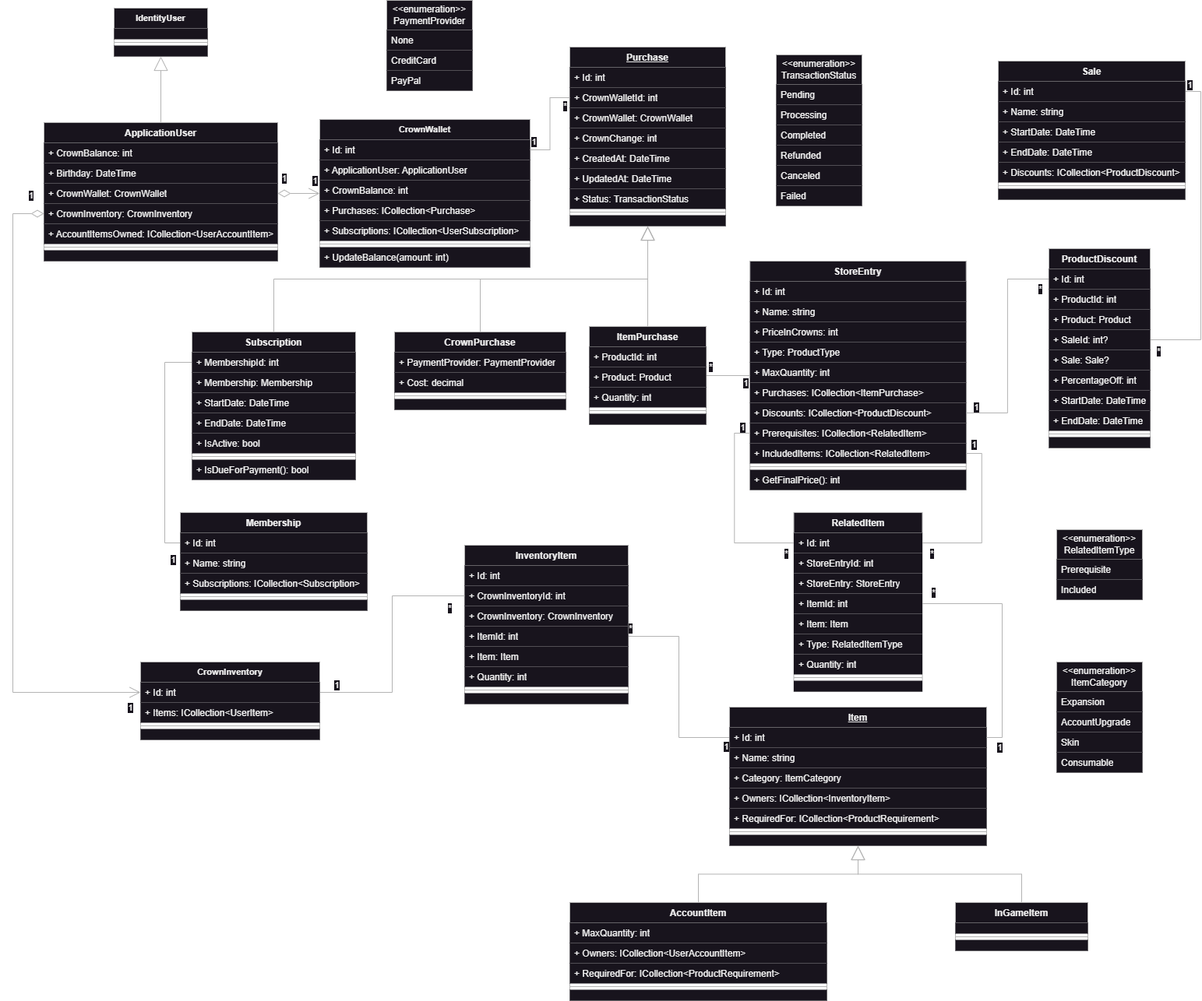
Earlier version of the draw.io export ClassDiagram.png (rpeixe/AspNetCore-MvcStore). Source tidied: cells renumbered, new cells last; positions are measured from the earlier drawing's top-left corner, leaving out a move shared by most shapes.
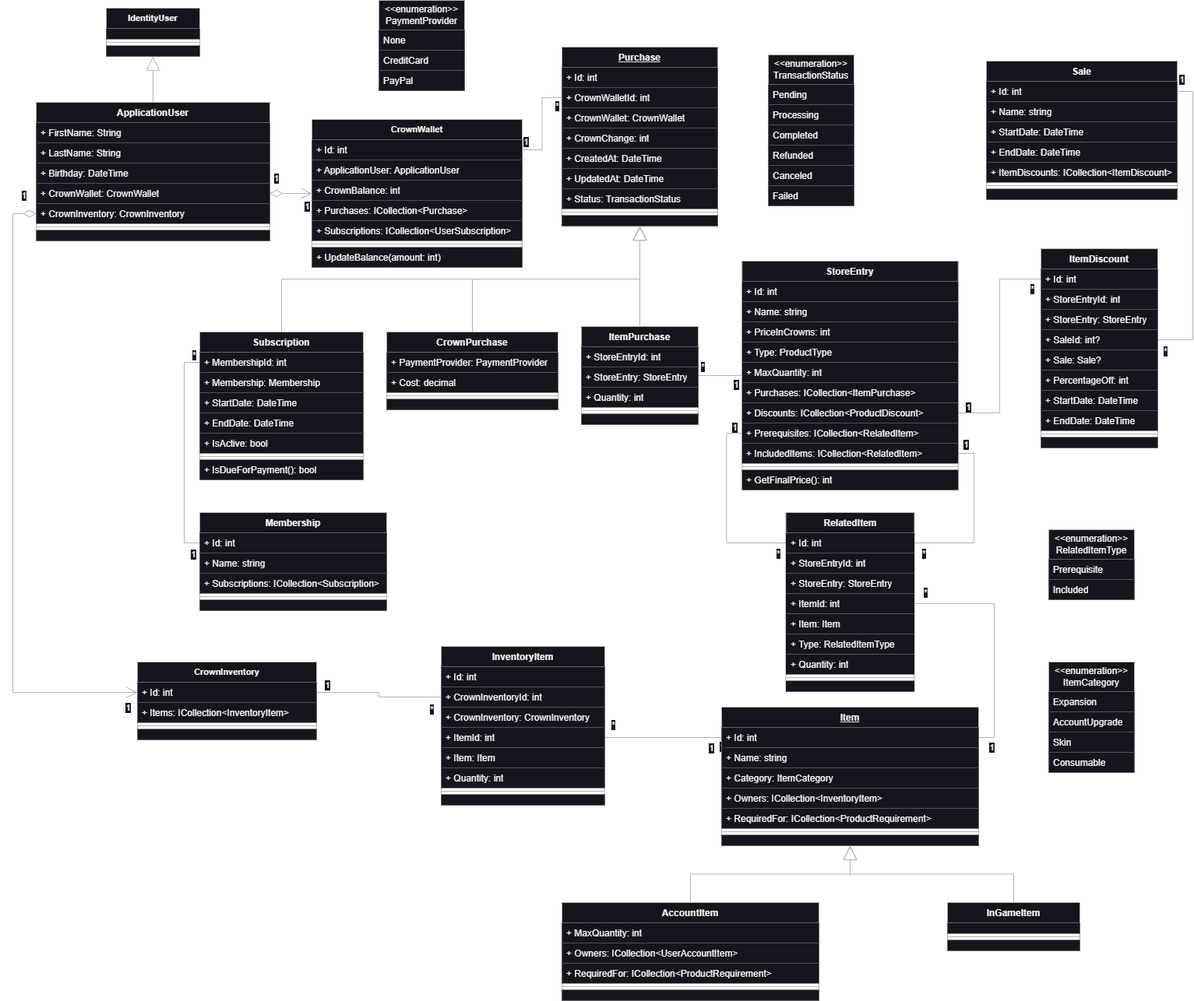
Above is the later version.

Commit message:
Fixed name incosistency

Diff of the diagram source:
```diff
@@ -5,19 +5,19 @@
     <mxCell id="2" value="ApplicationUser" style="swimlane;fontStyle=1;align=center;verticalAlign=top;horizontal=1;startSize=26;whiteSpace=wrap;html=1;fillColor=default;strokeColor=#B3B3B3;" parent="1" vertex="1">
-      <mxGeometry x="40" y="157" width="300" height="178" as="geometry" />
+      <mxGeometry x="40" y="131" width="300" height="178" as="geometry" />
     </mxCell>
-    <mxCell id="3" value="+ CrownBalance: int" style="text;strokeColor=none;fillColor=default;align=left;verticalAlign=top;spacingLeft=4;spacingRight=4;overflow=hidden;whiteSpace=wrap;html=1;" parent="2" vertex="1">
-      <mxGeometry y="26" width="300" height="26" as="geometry" />
-    </mxCell>
+    <mxCell id="190" value="+ FirstName: String" style="text;strokeColor=none;fillColor=default;align=left;verticalAlign=top;spacingLeft=4;spacingRight=4;overflow=hidden;whiteSpace=wrap;html=1;" parent="2" vertex="1">
+      <mxGeometry y="26" width="300" height="26" as="geometry" />
+    </mxCell>
+    <mxCell id="191" value="+ LastName: String" style="text;strokeColor=none;fillColor=default;align=left;verticalAlign=top;spacingLeft=4;spacingRight=4;overflow=hidden;whiteSpace=wrap;html=1;" parent="2" vertex="1">
+      <mxGeometry y="52" width="300" height="26" as="geometry" />
+    </mxCell>
     <mxCell id="4" value="+ Birthday: DateTime" style="text;strokeColor=none;fillColor=default;align=left;verticalAlign=top;spacingLeft=4;spacingRight=4;overflow=hidden;whiteSpace=wrap;html=1;" parent="2" vertex="1">
-      <mxGeometry y="52" width="300" height="26" as="geometry" />
+      <mxGeometry y="78" width="300" height="26" as="geometry" />
     </mxCell>
     <mxCell id="5" value="+ CrownWallet: CrownWallet" style="text;strokeColor=none;fillColor=default;align=left;verticalAlign=top;spacingLeft=4;spacingRight=4;overflow=hidden;points=[[0,0.5],[1,0.5]];portConstraint=eastwest;whiteSpace=wrap;html=1;" parent="2" vertex="1">
-      <mxGeometry y="78" width="300" height="26" as="geometry" />
+      <mxGeometry y="104" width="300" height="26" as="geometry" />
     </mxCell>
     <mxCell id="6" value="+ CrownInventory: CrownInventory" style="text;strokeColor=none;fillColor=default;align=left;verticalAlign=top;spacingLeft=4;spacingRight=4;overflow=hidden;points=[[0,0.5],[1,0.5]];portConstraint=eastwest;whiteSpace=wrap;html=1;" parent="2" vertex="1">
-      <mxGeometry y="104" width="300" height="26" as="geometry" />
+      <mxGeometry y="130" width="300" height="26" as="geometry" />
     </mxCell>
-    <mxCell id="7" value="+ AccountItemsOwned: ICollection&amp;lt;UserAccountItem&amp;gt;" style="text;strokeColor=none;fillColor=default;align=left;verticalAlign=top;spacingLeft=4;spacingRight=4;overflow=hidden;whiteSpace=wrap;html=1;" parent="2" vertex="1">
-      <mxGeometry y="130" width="300" height="26" as="geometry" />
-    </mxCell>
     <mxCell id="8" style="line;strokeWidth=1;fillColor=default;align=left;verticalAlign=middle;spacingTop=-1;spacingLeft=3;spacingRight=3;labelPosition=right;strokeColor=inherit;" parent="2" vertex="1">
@@ -87,3 +87,3 @@
       <mxGeometry x="0.04" y="1" relative="1" as="geometry">
-        <mxPoint x="21" y="10" as="offset" />
+        <mxPoint x="19" y="12" as="offset" />
       </mxGeometry>
@@ -98,6 +98,6 @@
     </mxCell>
-    <mxCell id="32" value="+ ProductId: int" style="text;strokeColor=none;fillColor=default;align=left;verticalAlign=top;spacingLeft=4;spacingRight=4;overflow=hidden;whiteSpace=wrap;html=1;" parent="31" vertex="1">
+    <mxCell id="32" value="+ StoreEntryId: int" style="text;strokeColor=none;fillColor=default;align=left;verticalAlign=top;spacingLeft=4;spacingRight=4;overflow=hidden;whiteSpace=wrap;html=1;" parent="31" vertex="1">
       <mxGeometry y="26" width="150" height="26" as="geometry" />
     </mxCell>
-    <mxCell id="33" value="+ Product: Product" style="text;strokeColor=none;fillColor=default;align=left;verticalAlign=top;spacingLeft=4;spacingRight=4;overflow=hidden;whiteSpace=wrap;html=1;" parent="31" vertex="1">
+    <mxCell id="33" value="+ StoreEntry: StoreEntry" style="text;strokeColor=none;fillColor=default;align=left;verticalAlign=top;spacingLeft=4;spacingRight=4;overflow=hidden;whiteSpace=wrap;html=1;" parent="31" vertex="1">
       <mxGeometry y="52" width="150" height="26" as="geometry" />
@@ -127,24 +127,24 @@
     <mxCell id="40" value="Sale" style="swimlane;fontStyle=1;align=center;verticalAlign=top;horizontal=1;startSize=26;whiteSpace=wrap;html=1;fillColor=default;strokeColor=#B3B3B3;" parent="1" vertex="1">
-      <mxGeometry x="1265" y="78" width="240" height="178" as="geometry" />
+      <mxGeometry x="1260" y="78" width="245" height="178" as="geometry" />
     </mxCell>
     <mxCell id="41" value="+ Id: int" style="text;strokeColor=none;fillColor=default;align=left;verticalAlign=top;spacingLeft=4;spacingRight=4;overflow=hidden;points=[[0,0.5],[1,0.5]];portConstraint=eastwest;whiteSpace=wrap;html=1;" parent="40" vertex="1">
-      <mxGeometry y="26" width="240" height="26" as="geometry" />
+      <mxGeometry y="26" width="245" height="26" as="geometry" />
     </mxCell>
     <mxCell id="42" value="+ Name: string" style="text;strokeColor=none;fillColor=default;align=left;verticalAlign=top;spacingLeft=4;spacingRight=4;overflow=hidden;whiteSpace=wrap;html=1;" parent="40" vertex="1">
-      <mxGeometry y="52" width="240" height="26" as="geometry" />
+      <mxGeometry y="52" width="245" height="26" as="geometry" />
     </mxCell>
     <mxCell id="43" value="+ StartDate: DateTime" style="text;strokeColor=none;fillColor=default;align=left;verticalAlign=top;spacingLeft=4;spacingRight=4;overflow=hidden;whiteSpace=wrap;html=1;" parent="40" vertex="1">
-      <mxGeometry y="78" width="240" height="26" as="geometry" />
+      <mxGeometry y="78" width="245" height="26" as="geometry" />
     </mxCell>
     <mxCell id="44" value="+ EndDate: DateTime" style="text;strokeColor=none;fillColor=default;align=left;verticalAlign=top;spacingLeft=4;spacingRight=4;overflow=hidden;whiteSpace=wrap;html=1;" parent="40" vertex="1">
-      <mxGeometry y="104" width="240" height="26" as="geometry" />
+      <mxGeometry y="104" width="245" height="26" as="geometry" />
     </mxCell>
-    <mxCell id="45" value="+ Discounts: ICollection&amp;lt;ProductDiscount&amp;gt;" style="text;strokeColor=none;fillColor=default;align=left;verticalAlign=top;spacingLeft=4;spacingRight=4;overflow=hidden;whiteSpace=wrap;html=1;" parent="40" vertex="1">
-      <mxGeometry y="130" width="240" height="26" as="geometry" />
+    <mxCell id="45" value="+ ItemDiscounts: ICollection&amp;lt;ItemDiscount&amp;gt;" style="text;strokeColor=none;fillColor=default;align=left;verticalAlign=top;spacingLeft=4;spacingRight=4;overflow=hidden;whiteSpace=wrap;html=1;" parent="40" vertex="1">
+      <mxGeometry y="130" width="245" height="26" as="geometry" />
     </mxCell>
     <mxCell id="46" style="line;strokeWidth=1;fillColor=default;align=left;verticalAlign=middle;spacingTop=-1;spacingLeft=3;spacingRight=3;labelPosition=right;strokeColor=inherit;" parent="40" vertex="1">
-      <mxGeometry y="156" width="240" height="8" as="geometry" />
+      <mxGeometry y="156" width="245" height="8" as="geometry" />
     </mxCell>
     <mxCell id="47" style="text;strokeColor=none;fillColor=default;align=left;verticalAlign=middle;spacingTop=-1;spacingLeft=4;spacingRight=4;labelPosition=right;" parent="40" vertex="1">
-      <mxGeometry y="164" width="240" height="14" as="geometry" />
+      <mxGeometry y="164" width="245" height="14" as="geometry" />
     </mxCell>
@@ -163,34 +163,34 @@
     </mxCell>
-    <mxCell id="51" value="ProductDiscount" style="swimlane;fontStyle=1;align=center;verticalAlign=top;horizontal=1;startSize=26;whiteSpace=wrap;html=1;fillColor=default;strokeColor=#B3B3B3;" parent="1" vertex="1">
-      <mxGeometry x="1330" y="319" width="130" height="256" as="geometry" />
+    <mxCell id="51" value="ItemDiscount" style="swimlane;fontStyle=1;align=center;verticalAlign=top;horizontal=1;startSize=26;whiteSpace=wrap;html=1;fillColor=default;strokeColor=#B3B3B3;" parent="1" vertex="1">
+      <mxGeometry x="1330" y="319" width="150" height="256" as="geometry" />
     </mxCell>
     <mxCell id="52" value="+ Id: int" style="text;strokeColor=none;fillColor=default;align=left;verticalAlign=top;spacingLeft=4;spacingRight=4;overflow=hidden;points=[[0,0.5],[1,0.5]];portConstraint=eastwest;whiteSpace=wrap;html=1;" parent="51" vertex="1">
-      <mxGeometry y="26" width="130" height="26" as="geometry" />
+      <mxGeometry y="26" width="150" height="26" as="geometry" />
     </mxCell>
-    <mxCell id="53" value="+ ProductId: int" style="text;strokeColor=none;fillColor=default;align=left;verticalAlign=top;spacingLeft=4;spacingRight=4;overflow=hidden;whiteSpace=wrap;html=1;" parent="51" vertex="1">
-      <mxGeometry y="52" width="130" height="26" as="geometry" />
+    <mxCell id="53" value="+ StoreEntryId: int" style="text;strokeColor=none;fillColor=default;align=left;verticalAlign=top;spacingLeft=4;spacingRight=4;overflow=hidden;whiteSpace=wrap;html=1;" parent="51" vertex="1">
+      <mxGeometry y="52" width="150" height="26" as="geometry" />
     </mxCell>
-    <mxCell id="54" value="+ Product: Product" style="text;strokeColor=none;fillColor=default;align=left;verticalAlign=top;spacingLeft=4;spacingRight=4;overflow=hidden;whiteSpace=wrap;html=1;" parent="51" vertex="1">
-      <mxGeometry y="78" width="130" height="26" as="geometry" />
+    <mxCell id="54" value="+ StoreEntry: StoreEntry" style="text;strokeColor=none;fillColor=default;align=left;verticalAlign=top;spacingLeft=4;spacingRight=4;overflow=hidden;whiteSpace=wrap;html=1;" parent="51" vertex="1">
+      <mxGeometry y="78" width="150" height="26" as="geometry" />
     </mxCell>
     <mxCell id="55" value="+ SaleId: int?" style="text;strokeColor=none;fillColor=default;align=left;verticalAlign=top;spacingLeft=4;spacingRight=4;overflow=hidden;points=[[0,0.5],[1,0.5]];portConstraint=eastwest;whiteSpace=wrap;html=1;" parent="51" vertex="1">
-      <mxGeometry y="104" width="130" height="26" as="geometry" />
+      <mxGeometry y="104" width="150" height="26" as="geometry" />
     </mxCell>
     <mxCell id="56" value="+ Sale: Sale?" style="text;strokeColor=none;fillColor=default;align=left;verticalAlign=top;spacingLeft=4;spacingRight=4;overflow=hidden;whiteSpace=wrap;html=1;" parent="51" vertex="1">
-      <mxGeometry y="130" width="130" height="26" as="geometry" />
+      <mxGeometry y="130" width="150" height="26" as="geometry" />
     </mxCell>
     <mxCell id="57" value="+ PercentageOff: int" style="text;strokeColor=none;fillColor=default;align=left;verticalAlign=top;spacingLeft=4;spacingRight=4;overflow=hidden;whiteSpace=wrap;html=1;" parent="51" vertex="1">
-      <mxGeometry y="156" width="130" height="26" as="geometry" />
+      <mxGeometry y="156" width="150" height="26" as="geometry" />
     </mxCell>
     <mxCell id="58" value="+ StartDate: DateTime" style="text;strokeColor=none;fillColor=default;align=left;verticalAlign=top;spacingLeft=4;spacingRight=4;overflow=hidden;whiteSpace=wrap;html=1;" parent="51" vertex="1">
-      <mxGeometry y="182" width="130" height="26" as="geometry" />
+      <mxGeometry y="182" width="150" height="26" as="geometry" />
     </mxCell>
     <mxCell id="59" value="+ EndDate: DateTime" style="text;strokeColor=none;fillColor=default;align=left;verticalAlign=top;spacingLeft=4;spacingRight=4;overflow=hidden;whiteSpace=wrap;html=1;" parent="51" vertex="1">
-      <mxGeometry y="208" width="130" height="26" as="geometry" />
+      <mxGeometry y="208" width="150" height="26" as="geometry" />
     </mxCell>
     <mxCell id="60" style="line;strokeWidth=1;fillColor=default;align=left;verticalAlign=middle;spacingTop=-1;spacingLeft=3;spacingRight=3;labelPosition=right;strokeColor=inherit;" parent="51" vertex="1">
-      <mxGeometry y="234" width="130" height="8" as="geometry" />
+      <mxGeometry y="234" width="150" height="8" as="geometry" />
     </mxCell>
     <mxCell id="61" style="text;strokeColor=none;fillColor=default;align=left;verticalAlign=middle;spacingTop=-1;spacingLeft=4;spacingRight=4;labelPosition=right;" parent="51" vertex="1">
-      <mxGeometry y="242" width="130" height="14" as="geometry" />
+      <mxGeometry y="242" width="150" height="14" as="geometry" />
     </mxCell>
@@ -227,4 +227,14 @@
     </mxCell>
+    <mxCell id="192" value="*" style="edgeLabel;html=1;align=center;verticalAlign=middle;" parent="68" vertex="1">
+      <mxGeometry x="-0.7" y="1" relative="1" as="geometry">
+        <mxPoint x="-12" y="-16" as="offset" />
+      </mxGeometry>
+    </mxCell>
+    <mxCell id="193" value="1" style="edgeLabel;html=1;align=center;verticalAlign=middle;" parent="68" vertex="1">
+      <mxGeometry x="0.82" y="1" relative="1" as="geometry">
+        <mxPoint y="14" as="offset" />
+      </mxGeometry>
+    </mxCell>
     <mxCell id="71" value="InventoryItem" style="swimlane;fontStyle=1;align=center;verticalAlign=top;horizontal=1;startSize=26;whiteSpace=wrap;html=1;fillColor=default;strokeColor=#B3B3B3;" parent="1" vertex="1">
-      <mxGeometry x="580" y="700" width="210" height="204" as="geometry" />
+      <mxGeometry x="560" y="830" width="210" height="204" as="geometry" />
     </mxCell>
@@ -304,3 +314,3 @@
       <mxGeometry x="0.74" relative="1" as="geometry">
-        <mxPoint x="37" y="-15" as="offset" />
+        <mxPoint x="12" y="-26" as="offset" />
       </mxGeometry>
@@ -309,3 +319,3 @@
       <mxGeometry x="-0.76" y="-1" relative="1" as="geometry">
-        <mxPoint x="9" y="36" as="offset" />
+        <mxPoint x="10" y="27" as="offset" />
       </mxGeometry>
@@ -313,3 +323,3 @@
     <mxCell id="98" value="Membership&lt;div&gt;&lt;br&gt;&lt;/div&gt;" style="swimlane;fontStyle=1;align=center;verticalAlign=top;horizontal=1;startSize=26;whiteSpace=wrap;html=1;fillColor=default;strokeColor=#B3B3B3;" parent="1" vertex="1">
-      <mxGeometry x="215" y="658" width="240" height="126" as="geometry" />
+      <mxGeometry x="250" y="658" width="240" height="126" as="geometry" />
     </mxCell>
@@ -331,3 +341,3 @@
     <mxCell id="104" value="Subscription" style="swimlane;fontStyle=1;align=center;verticalAlign=top;horizontal=1;startSize=26;whiteSpace=wrap;html=1;fillColor=default;strokeColor=#B3B3B3;" parent="1" vertex="1">
-      <mxGeometry x="230" y="426" width="210" height="190" as="geometry" />
+      <mxGeometry x="250" y="426" width="210" height="190" as="geometry" />
     </mxCell>
@@ -531,3 +541,3 @@
     <mxCell id="168" value="CrownInventory" style="swimlane;fontStyle=1;align=center;verticalAlign=top;horizontal=1;startSize=26;whiteSpace=wrap;html=1;fontFamily=Helvetica;fontSize=11;fontColor=default;labelBackgroundColor=default;fillColor=default;strokeColor=#B3B3B3;" parent="1" vertex="1">
-      <mxGeometry x="164" y="850" width="230" height="100" as="geometry" />
+      <mxGeometry x="170" y="850" width="230" height="100" as="geometry" />
     </mxCell>
@@ -536,3 +546,3 @@
     </mxCell>
-    <mxCell id="170" value="+ Items: ICollection&amp;lt;UserItem&amp;gt;" style="text;strokeColor=none;fillColor=default;align=left;verticalAlign=top;spacingLeft=4;spacingRight=4;overflow=hidden;whiteSpace=wrap;html=1;" parent="168" vertex="1">
+    <mxCell id="170" value="+ Items: ICollection&amp;lt;InventoryItem&amp;gt;" style="text;strokeColor=none;fillColor=default;align=left;verticalAlign=top;spacingLeft=4;spacingRight=4;overflow=hidden;whiteSpace=wrap;html=1;" parent="168" vertex="1">
       <mxGeometry y="52" width="230" height="26" as="geometry" />
@@ -584,7 +594,7 @@
     </mxCell>
-    <mxCell id="182" value="1" style="endArrow=open;html=1;endSize=12;startArrow=diamondThin;startSize=14;startFill=0;edgeStyle=orthogonalEdgeStyle;align=left;verticalAlign=bottom;rounded=0;strokeColor=#B3B3B3;fontFamily=Helvetica;fontSize=11;fontColor=default;labelBackgroundColor=default;exitX=0;exitY=0.5;exitDx=0;exitDy=0;entryX=0;entryY=0.5;entryDx=0;entryDy=0;" parent="1" edge="1" source="6" target="169">
+    <mxCell id="182" value="1" style="endArrow=open;html=1;endSize=12;startArrow=diamondThin;startSize=14;startFill=0;edgeStyle=orthogonalEdgeStyle;align=left;verticalAlign=bottom;rounded=0;strokeColor=#B3B3B3;fontFamily=Helvetica;fontSize=11;fontColor=default;labelBackgroundColor=default;entryX=0;entryY=0.5;entryDx=0;entryDy=0;exitX=0;exitY=0.5;exitDx=0;exitDy=0;" parent="1" edge="1" source="6" target="169">
       <mxGeometry x="-0.95" y="-14" relative="1" as="geometry">
         <Array as="points">
-          <mxPoint y="274" />
-          <mxPoint y="889" />
+          <mxPoint x="10" y="274" />
+          <mxPoint x="10" y="889" />
         </Array>
@@ -602,3 +612,3 @@
       <mxGeometry x="0.85" relative="1" as="geometry">
-        <mxPoint x="-3" y="-17" as="offset" />
+        <mxPoint x="-3" y="16" as="offset" />
       </mxGeometry>
```
